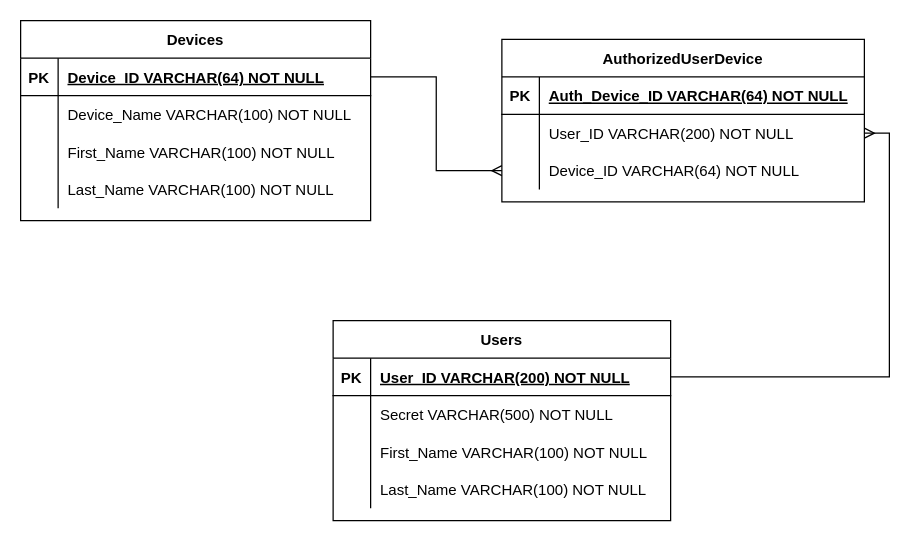
Before: Diagrams/User ERD.drawio in david-ruffner/InventoryTrackerController, a draw.io diagram. Source tidied: cells renumbered, new cells numbered last; positions are measured from the earlier drawing's top-left corner, leaving out a move shared by most shapes. Both pictures are drawn from the tidied source at 125%, with x=0, y=0 at pixel (20, 20).
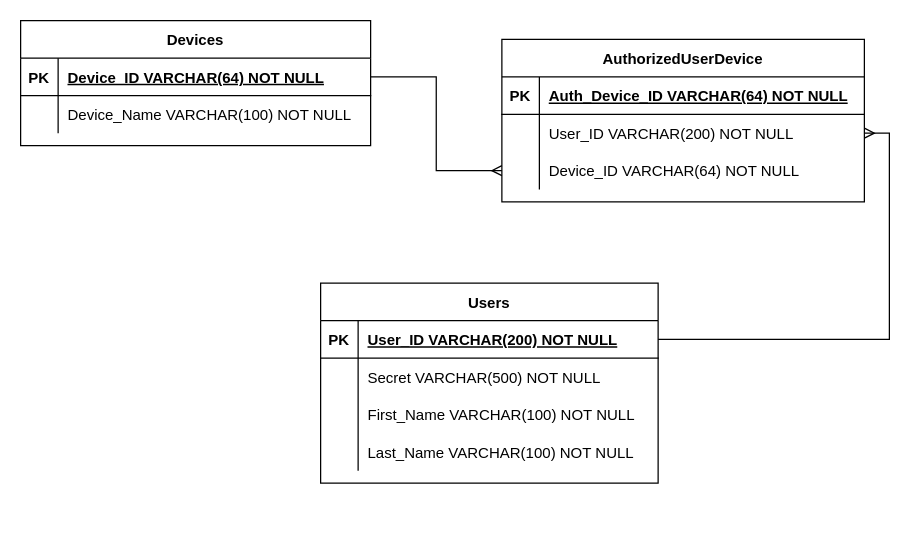
After the change.

Diff of the diagram source:
```diff
@@
     <mxCell id="2" value="Users" style="shape=table;startSize=30;childLayout=tableLayout;rowLines=0;fontStyle=1;align=center;" parent="1" vertex="1">
-      <mxGeometry x="250" y="240" width="270" height="160" as="geometry" />
+      <mxGeometry x="240" y="210" width="270" height="160" as="geometry" />
     </mxCell>
@@
     <mxCell id="15" value="Devices" style="shape=table;startSize=30;childLayout=tableLayout;rowLines=0;fontStyle=1;align=center;" parent="1" vertex="1">
-      <mxGeometry width="280" height="160" as="geometry" />
+      <mxGeometry width="280" height="100" as="geometry" />
     </mxCell>
@@
-    <mxCell id="22" style="shape=partialRectangle;fillColor=none;top=0;left=0;right=0;bottom=0;" parent="15" vertex="1">
-      <mxGeometry y="90" width="280" height="30" as="geometry" />
-    </mxCell>
-    <mxCell id="23" style="shape=partialRectangle;overflow=hidden;fillColor=none;top=0;left=0;bottom=0;right=0;" parent="22" vertex="1">
-      <mxGeometry width="30" height="30" as="geometry" />
-    </mxCell>
-    <mxCell id="24" value="First_Name VARCHAR(100) NOT NULL" style="shape=partialRectangle;overflow=hidden;fillColor=none;top=0;left=0;bottom=0;right=0;align=left;spacingLeft=6;" parent="22" vertex="1">
-      <mxGeometry x="30" width="250" height="30" as="geometry" />
-    </mxCell>
-    <mxCell id="25" style="shape=partialRectangle;fillColor=none;top=0;left=0;right=0;bottom=0;" parent="15" vertex="1">
-      <mxGeometry y="120" width="280" height="30" as="geometry" />
-    </mxCell>
-    <mxCell id="26" style="shape=partialRectangle;overflow=hidden;fillColor=none;top=0;left=0;bottom=0;right=0;" parent="25" vertex="1">
-      <mxGeometry width="30" height="30" as="geometry" />
-    </mxCell>
-    <mxCell id="27" value="Last_Name VARCHAR(100) NOT NULL" style="shape=partialRectangle;overflow=hidden;fillColor=none;top=0;left=0;bottom=0;right=0;align=left;spacingLeft=6;" parent="25" vertex="1">
-      <mxGeometry x="30" width="250" height="30" as="geometry" />
-    </mxCell>
```
